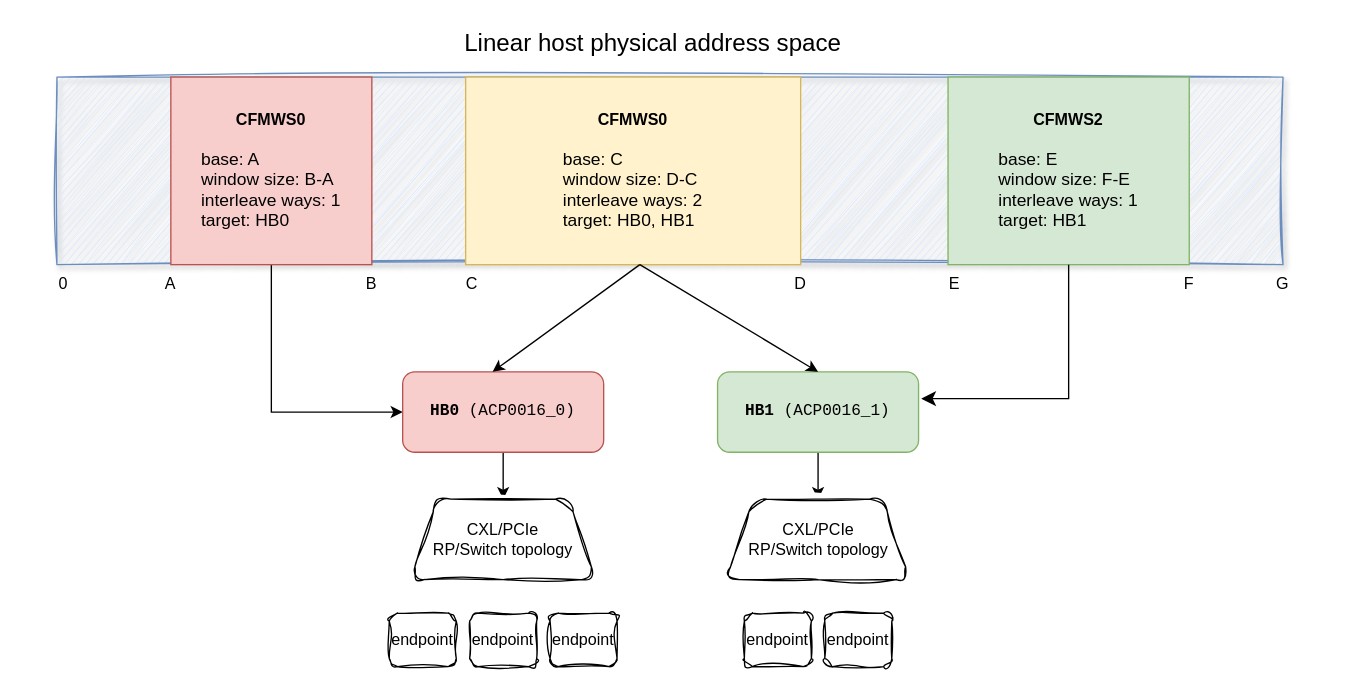
Before: docs/source/img-src/cfmws-0.drawio in computexpresslink/cxl-rtd, a draw.io diagram. Source tidied: cells renumbered, new cells numbered last; positions are measured from the earlier drawing's top-left corner, leaving out a move shared by most shapes. Both pictures are drawn from the tidied source at 134%, with x=0, y=0 at pixel (23, 23).
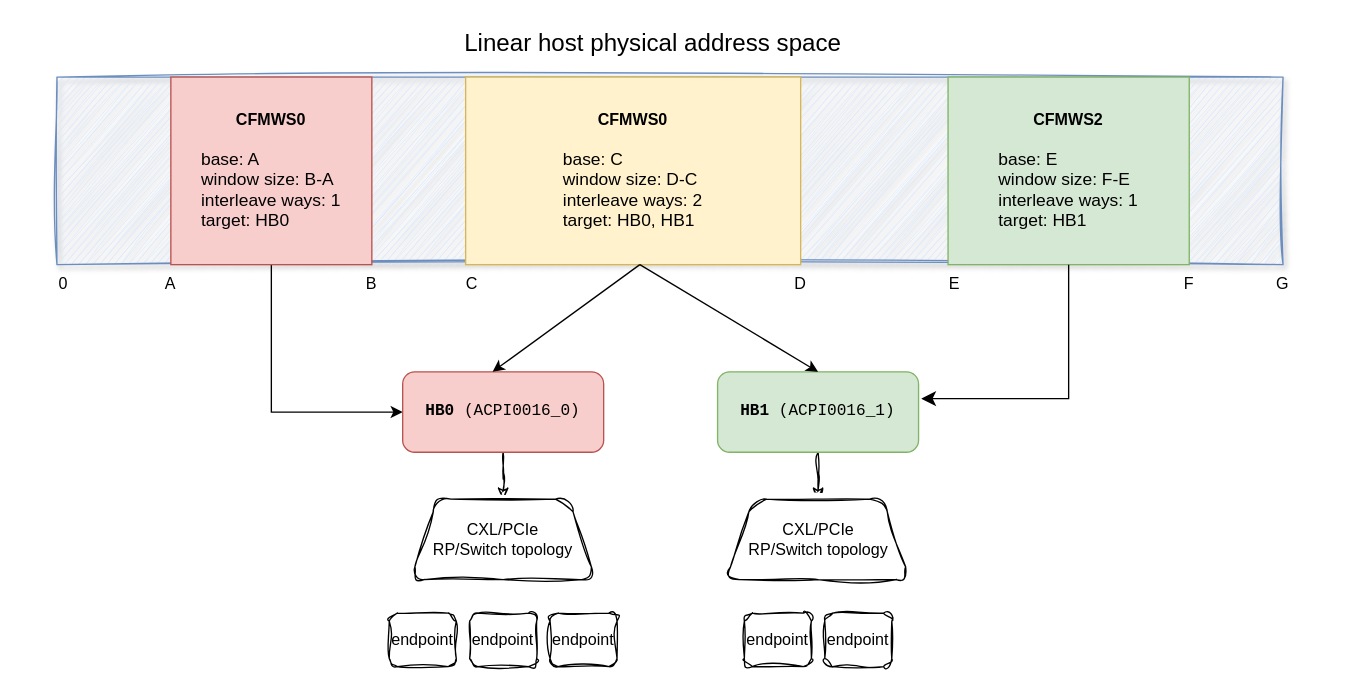
The same diagram, later.

The change refers to these unchanged cells:
```xml
<mxCell id="18" value="CXL/PCIe&lt;br&gt;RP/Switch&amp;nbsp;topology&lt;br&gt;" style="shape=trapezoid;perimeter=trapezoidPerimeter;whiteSpace=wrap;html=1;fixedSize=1;rounded=1;sketch=1;curveFitting=1;jiggle=2;" parent="1" vertex="1">
  <mxGeometry x="524.5" y="355" width="137" height="60" as="geometry" />
</mxCell>
<mxCell id="23" value="CXL/PCIe &lt;br&gt;RP/Switch topology" style="shape=trapezoid;perimeter=trapezoidPerimeter;whiteSpace=wrap;html=1;fixedSize=1;rounded=1;sketch=1;curveFitting=1;jiggle=2;" parent="1" vertex="1">
  <mxGeometry x="289" y="355" width="138" height="60" as="geometry" />
</mxCell>
```

The edit, as a diff of the source:
```diff
@@
-    <mxCell id="16" style="edgeStyle=orthogonalEdgeStyle;rounded=0;jettySize=auto;html=1;" parent="1" edge="1" source="17" target="18">
+    <mxCell id="16" style="edgeStyle=orthogonalEdgeStyle;rounded=0;jettySize=auto;html=1;sketch=1;curveFitting=1;jiggle=2;" parent="1" edge="1" source="17" target="18">
       <mxGeometry relative="1" as="geometry" />
     </mxCell>
-    <mxCell id="17" value="&lt;pre&gt;&lt;b&gt;HB1&lt;/b&gt; (ACP0016_1)&lt;/pre&gt;" style="rounded=1;whiteSpace=wrap;html=1;fillColor=#d5e8d4;strokeColor=#82b366;" parent="1" vertex="1">
+    <mxCell id="17" value="&lt;pre&gt;&lt;b&gt;HB1&lt;/b&gt; (ACPI0016_1)&lt;/pre&gt;" style="rounded=1;whiteSpace=wrap;html=1;fillColor=#d5e8d4;strokeColor=#82b366;" parent="1" vertex="1">
       <mxGeometry x="518" y="260" width="150" height="60" as="geometry" />
     </mxCell>
@@
-    <mxCell id="21" style="edgeStyle=orthogonalEdgeStyle;rounded=0;jettySize=auto;html=1;" parent="1" edge="1" source="22" target="23">
+    <mxCell id="21" style="edgeStyle=orthogonalEdgeStyle;rounded=0;jettySize=auto;html=1;sketch=1;curveFitting=1;jiggle=2;" parent="1" edge="1" source="22" target="23">
       <mxGeometry relative="1" as="geometry" />
     </mxCell>
-    <mxCell id="22" value="&lt;pre&gt;&lt;b&gt;HB0&lt;/b&gt; (ACP0016_0)&lt;/pre&gt;" style="rounded=1;whiteSpace=wrap;html=1;fillColor=#f8cecc;strokeColor=#b85450;" parent="1" vertex="1">
+    <mxCell id="22" value="&lt;pre&gt;&lt;b&gt;HB0&lt;/b&gt; (ACPI0016_0)&lt;/pre&gt;" style="rounded=1;whiteSpace=wrap;html=1;fillColor=#f8cecc;strokeColor=#b85450;" parent="1" vertex="1">
       <mxGeometry x="283" y="260" width="150" height="60" as="geometry" />
     </mxCell>
```
